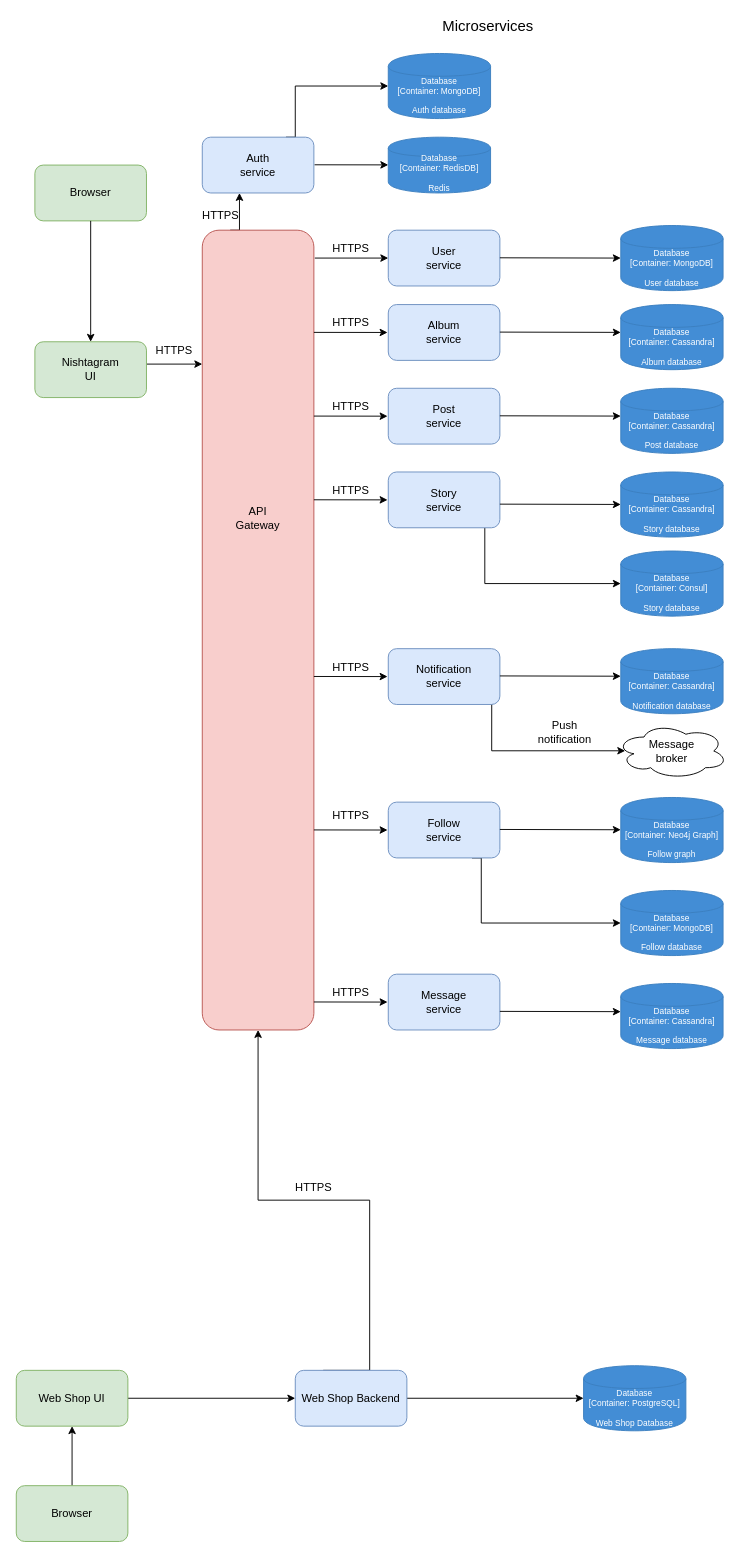
Above: ArhcitectureCommunication/Architecture Diagram.drawio in XML-BSEP/Nishtagram (draw.io), before the change. Source tidied: cells renumbered, new cells numbered last; positions are measured from the earlier drawing's top-left corner, leaving out a move shared by most shapes. Both pictures are drawn from the tidied source at 93%, with x=0, y=0 at pixel (16, 16).
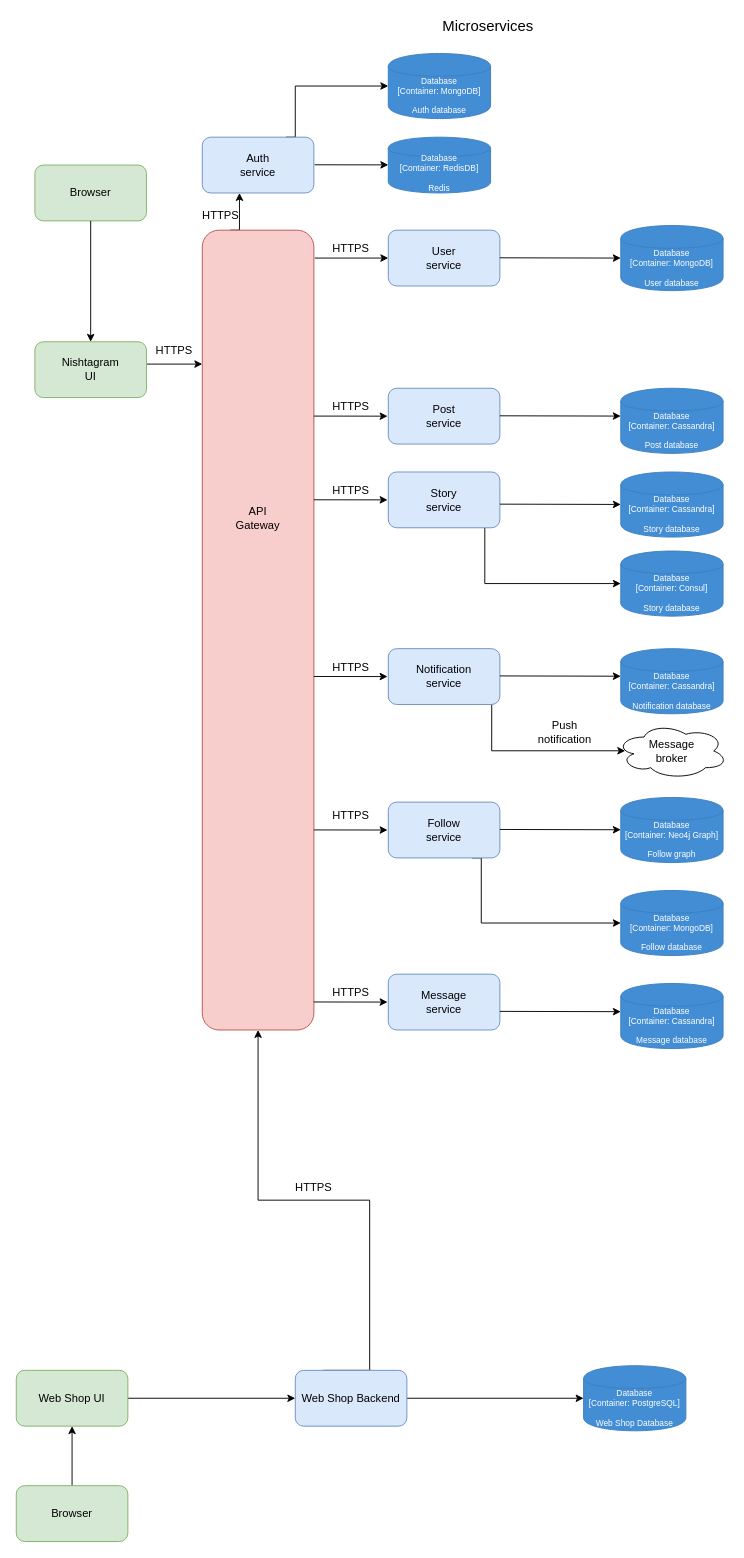
After the change.

Commit message:
:fire: Update Architecture Diagram

What changed in the source:
```diff
@@
-    <mxCell id="13" style="rounded=1;whiteSpace=wrap;html=1;fillColor=#dae8fc;strokeColor=#6c8ebf;" parent="1" vertex="1">
-      <mxGeometry x="400" y="310" width="120" height="60" as="geometry" />
-    </mxCell>
@@
-    <mxCell id="19" value="Album service" style="text;html=1;strokeColor=none;fillColor=none;align=center;verticalAlign=middle;whiteSpace=wrap;rounded=0;fontSize=12;" parent="1" vertex="1">
-      <mxGeometry x="440" y="330" width="40" height="20" as="geometry" />
-    </mxCell>
@@
-    <mxCell id="34" style="endArrow=classic;html=1;fontSize=12;exitX=1.007;exitY=0.049;exitDx=0;exitDy=0;exitPerimeter=0;entryX=0;entryY=0.5;entryDx=0;entryDy=0;" parent="1" edge="1">
-      <mxGeometry relative="1" as="geometry">
-        <mxPoint x="320" y="339.9" as="sourcePoint" />
-        <mxPoint x="399.2" y="340" as="targetPoint" />
-      </mxGeometry>
-    </mxCell>
@@
-    <object id="46" label="%c4Type%&lt;div&gt;[Container:&amp;nbsp;%c4Technology%]&lt;/div&gt;&lt;br&gt;&lt;div&gt;%c4Description%&lt;/div&gt;" c4Description="Album database" c4Technology="Cassandra" c4Type="Database" placeholders="1">
-      <mxCell style="shape=cylinder;whiteSpace=wrap;html=1;boundedLbl=1;rounded=0;labelBackgroundColor=none;fillColor=#438DD5;fontSize=9;fontColor=#ffffff;align=center;strokeColor=#3C7FC0;metaData={&quot;c4Type&quot;:{&quot;editable&quot;:false}};" parent="1" vertex="1">
-        <mxGeometry x="650" y="310" width="110" height="70" as="geometry" />
-      </mxCell>
-    </object>
-    <mxCell id="47" style="endArrow=classic;html=1;fontSize=12;exitX=1.007;exitY=0.049;exitDx=0;exitDy=0;exitPerimeter=0;entryX=0;entryY=0.5;entryDx=0;entryDy=0;entryPerimeter=0;" parent="1" edge="1">
-      <mxGeometry relative="1" as="geometry">
-        <mxPoint x="520" y="339.6" as="sourcePoint" />
-        <mxPoint x="650" y="339.9" as="targetPoint" />
-      </mxGeometry>
-    </mxCell>
@@
-    <mxCell id="63" value="HTTPS" style="text;html=1;strokeColor=none;fillColor=none;align=center;verticalAlign=middle;whiteSpace=wrap;rounded=0;" parent="1" vertex="1">
-      <mxGeometry x="340" y="320" width="40" height="20" as="geometry" />
-    </mxCell>
```
